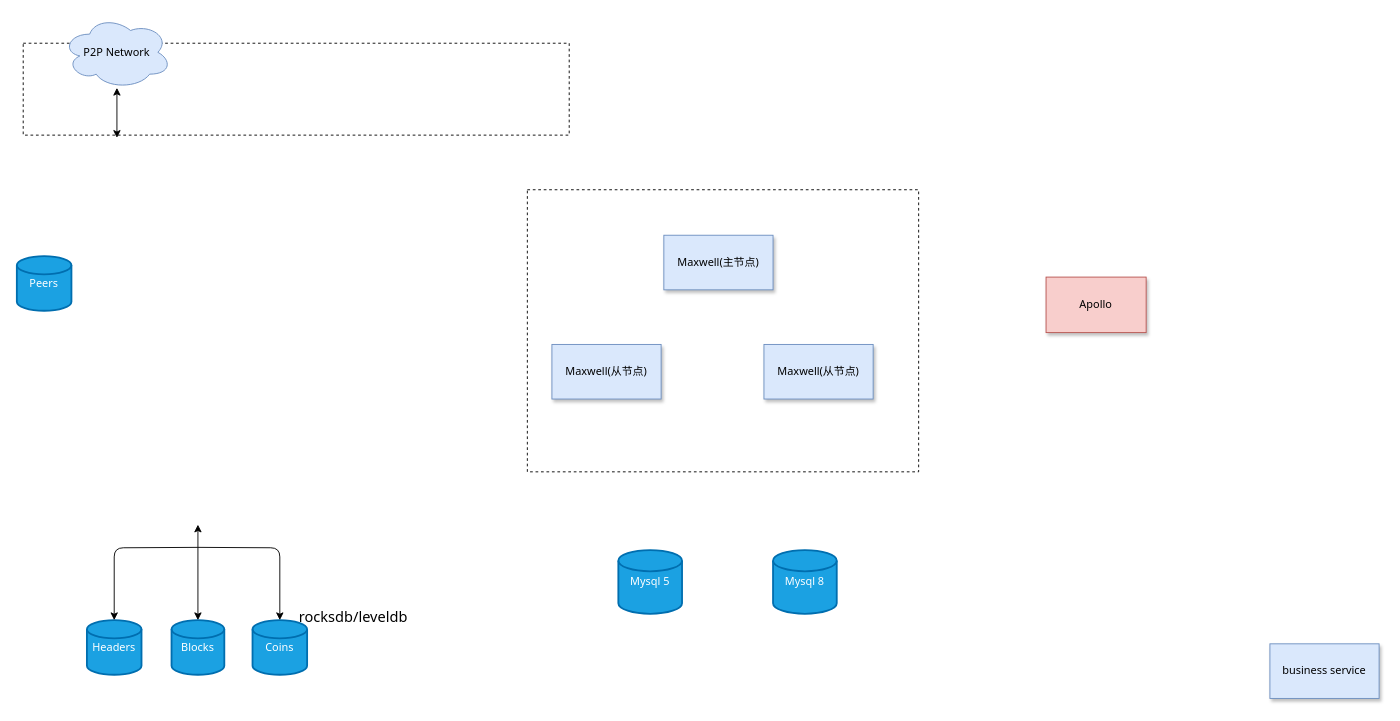
Above: doc/raft-maxwell-mysql升级.drawio in jackjoesh/databend (draw.io), before the change. Source tidied: cells renumbered, new cells numbered last; positions are measured from the earlier drawing's top-left corner, leaving out a move shared by most shapes. Both pictures are drawn from the tidied source at 91%, with x=0, y=0 at pixel (16, 15).
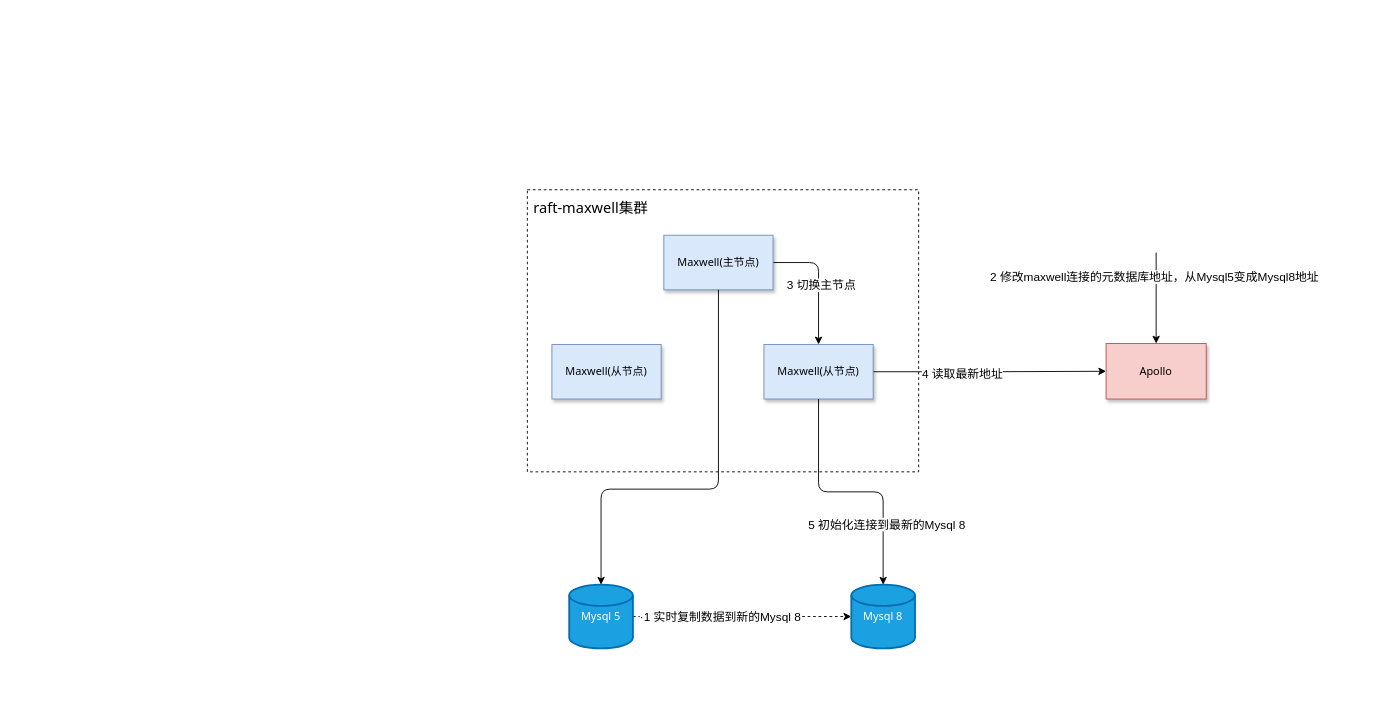
After the change.

Unchanged cells that the change refers to:
```xml
<mxCell id="14" value="Maxwell(主节点)" style="rounded=0;whiteSpace=wrap;html=1;fillColor=#dae8fc;strokeColor=#6c8ebf;shadow=1;fontFamily=Tahoma;" parent="1" vertex="1">
  <mxGeometry x="711" y="241" width="120" height="60" as="geometry" />
</mxCell>
<mxCell id="18" value="Maxwell(从节点)" style="rounded=0;whiteSpace=wrap;html=1;fillColor=#dae8fc;strokeColor=#6c8ebf;shadow=1;fontFamily=Tahoma;" parent="1" vertex="1">
  <mxGeometry x="821" y="361" width="120" height="60" as="geometry" />
</mxCell>
```

Diff of the diagram source:
```diff
@@
-    <mxCell id="2" style="rounded=0;whiteSpace=wrap;html=1;dashed=1;fillColor=none;fontFamily=Tahoma;" parent="1" vertex="1">
-      <mxGeometry x="7" y="30" width="600" height="101" as="geometry" />
-    </mxCell>
+    <mxCell id="21" style="edgeStyle=orthogonalEdgeStyle;rounded=0;jettySize=auto;html=1;exitX=1;exitY=0.5;exitDx=0;exitDy=0;entryX=0;entryY=0.5;entryDx=0;entryDy=0;" parent="1" edge="1" source="18" target="20">
+      <mxGeometry relative="1" as="geometry" />
+    </mxCell>
+    <mxCell id="22" value="4 读取最新地址" style="edgeLabel;html=1;align=center;verticalAlign=middle;fontSize=13;" parent="21" vertex="1">
+      <mxGeometry x="-0.24" y="-1" relative="1" as="geometry" />
+    </mxCell>
@@
-    <mxCell id="4" value="Peers" style="strokeWidth=2;html=1;shape=mxgraph.flowchart.database;whiteSpace=wrap;fillColor=#1ba1e2;fontColor=#ffffff;strokeColor=#006EAF;fontFamily=Tahoma;" parent="1" vertex="1">
-      <mxGeometry y="264" width="60" height="60" as="geometry" />
-    </mxCell>
-    <mxCell id="5" value="Headers" style="strokeWidth=2;html=1;shape=mxgraph.flowchart.database;whiteSpace=wrap;fillColor=#1ba1e2;fontColor=#ffffff;strokeColor=#006EAF;fontFamily=Tahoma;" parent="1" vertex="1">
-      <mxGeometry x="77" y="664" width="60" height="60" as="geometry" />
-    </mxCell>
-    <mxCell id="6" value="Blocks" style="strokeWidth=2;html=1;shape=mxgraph.flowchart.database;whiteSpace=wrap;fillColor=#1ba1e2;fontColor=#ffffff;strokeColor=#006EAF;fontFamily=Tahoma;" parent="1" vertex="1">
-      <mxGeometry x="170" y="664" width="58" height="60" as="geometry" />
-    </mxCell>
-    <mxCell id="7" value="Coins" style="strokeWidth=2;html=1;shape=mxgraph.flowchart.database;whiteSpace=wrap;fillColor=#1ba1e2;fontColor=#ffffff;strokeColor=#006EAF;fontFamily=Tahoma;" parent="1" vertex="1">
-      <mxGeometry x="259" y="664" width="60" height="60" as="geometry" />
-    </mxCell>
-    <mxCell id="8" style="edgeStyle=orthogonalEdgeStyle;rounded=1;jettySize=auto;html=1;exitX=0.5;exitY=1;exitDx=0;exitDy=0;entryX=0.5;entryY=0;entryDx=0;entryDy=0;entryPerimeter=0;curved=0;fontFamily=Tahoma;" parent="1" edge="1" target="5">
-      <mxGeometry relative="1" as="geometry">
-        <mxPoint x="199" y="584" as="sourcePoint" />
-      </mxGeometry>
-    </mxCell>
-    <mxCell id="9" style="edgeStyle=orthogonalEdgeStyle;rounded=1;jettySize=auto;html=1;exitX=0.5;exitY=1;exitDx=0;exitDy=0;entryX=0.5;entryY=0;entryDx=0;entryDy=0;entryPerimeter=0;curved=0;fontFamily=Tahoma;" parent="1" edge="1" target="7">
-      <mxGeometry relative="1" as="geometry">
-        <mxPoint x="199" y="584" as="sourcePoint" />
-      </mxGeometry>
-    </mxCell>
-    <mxCell id="10" style="endArrow=classic;startArrow=classic;html=1;rounded=0;exitX=0.5;exitY=0;exitDx=0;exitDy=0;exitPerimeter=0;entryX=0.5;entryY=1;entryDx=0;entryDy=0;fontFamily=Tahoma;" parent="1" edge="1" source="6">
-      <mxGeometry relative="1" as="geometry">
-        <mxPoint x="199" y="559" as="targetPoint" />
-      </mxGeometry>
-    </mxCell>
-    <mxCell id="11" value="P2P Network" style="ellipse;shape=cloud;whiteSpace=wrap;html=1;fillColor=#dae8fc;strokeColor=#6c8ebf;fontFamily=Tahoma;" parent="1" vertex="1">
-      <mxGeometry x="50" width="120" height="80" as="geometry" />
-    </mxCell>
-    <mxCell id="12" style="endArrow=classic;startArrow=classic;html=1;rounded=0;exitX=0.5;exitY=0;exitDx=0;exitDy=0;entryX=0.5;entryY=0.988;entryDx=0;entryDy=0;entryPerimeter=0;" parent="1" edge="1" target="11">
-      <mxGeometry relative="1" as="geometry">
-        <mxPoint x="110" y="134" as="sourcePoint" />
-      </mxGeometry>
-    </mxCell>
-    <mxCell id="13" value="rocksdb/leveldb" style="text;strokeColor=none;align=center;fillColor=none;html=1;verticalAlign=middle;whiteSpace=wrap;rounded=0;fontFamily=Tahoma;fontSize=16;" parent="1" vertex="1">
-      <mxGeometry x="327" y="640" width="86" height="40" as="geometry" />
-    </mxCell>
+    <mxCell id="23" style="edgeStyle=orthogonalEdgeStyle;rounded=1;jettySize=auto;html=1;exitX=1;exitY=0.5;exitDx=0;exitDy=0;entryX=0.5;entryY=0;entryDx=0;entryDy=0;curved=0;" parent="1" edge="1" source="14" target="18">
+      <mxGeometry relative="1" as="geometry" />
+    </mxCell>
+    <mxCell id="24" value="3 切换主节点" style="edgeLabel;html=1;align=center;verticalAlign=middle;fontSize=13;" parent="23" vertex="1">
+      <mxGeometry x="0.06" y="2" relative="1" as="geometry" />
+    </mxCell>
@@
-    <mxCell id="15" value="business service" style="rounded=0;whiteSpace=wrap;html=1;fillColor=#dae8fc;strokeColor=#6c8ebf;shadow=1;fontFamily=Tahoma;" parent="1" vertex="1">
-      <mxGeometry x="1377" y="690" width="120" height="60" as="geometry" />
-    </mxCell>
+    <mxCell id="25" style="edgeStyle=orthogonalEdgeStyle;rounded=0;jettySize=auto;html=1;exitX=1;exitY=0.5;exitDx=0;exitDy=0;exitPerimeter=0;dashed=1;" parent="1" edge="1" source="16" target="19">
+      <mxGeometry relative="1" as="geometry" />
+    </mxCell>
+    <mxCell id="26" value="·1 实时复制数据到新的Mysql 8" style="edgeLabel;html=1;align=center;verticalAlign=middle;fontSize=13;" parent="25" vertex="1">
+      <mxGeometry x="-0.21" y="1" relative="1" as="geometry" />
+    </mxCell>
     <mxCell id="16" value="Mysql 5" style="strokeWidth=2;html=1;shape=mxgraph.flowchart.database;whiteSpace=wrap;fillColor=#1ba1e2;fontColor=#ffffff;strokeColor=#006EAF;fontFamily=Tahoma;" parent="1" vertex="1">
-      <mxGeometry x="661" y="587" width="70" height="70" as="geometry" />
+      <mxGeometry x="607" y="625" width="70" height="70" as="geometry" />
     </mxCell>
@@
     <mxCell id="19" value="Mysql 8" style="strokeWidth=2;html=1;shape=mxgraph.flowchart.database;whiteSpace=wrap;fillColor=#1ba1e2;fontColor=#ffffff;strokeColor=#006EAF;fontFamily=Tahoma;" parent="1" vertex="1">
-      <mxGeometry x="831" y="587" width="70" height="70" as="geometry" />
+      <mxGeometry x="917" y="625" width="70" height="70" as="geometry" />
     </mxCell>
     <mxCell id="20" value="Apollo" style="rounded=0;whiteSpace=wrap;html=1;fillColor=#f8cecc;strokeColor=#b85450;shadow=1;fontFamily=Tahoma;" parent="1" vertex="1">
-      <mxGeometry x="1131" y="287" width="110" height="61" as="geometry" />
+      <mxGeometry x="1197" y="360" width="110" height="61" as="geometry" />
     </mxCell>
+    <mxCell id="27" style="edgeStyle=orthogonalEdgeStyle;rounded=1;jettySize=auto;html=1;exitX=0.5;exitY=1;exitDx=0;exitDy=0;entryX=0.5;entryY=0;entryDx=0;entryDy=0;entryPerimeter=0;curved=0;" parent="1" edge="1" source="14" target="16">
+      <mxGeometry relative="1" as="geometry">
+        <Array as="points">
+          <mxPoint x="771" y="520" />
+          <mxPoint x="642" y="520" />
+        </Array>
+      </mxGeometry>
+    </mxCell>
+    <mxCell id="28" style="endArrow=classic;html=1;rounded=0;entryX=0.5;entryY=0;entryDx=0;entryDy=0;" parent="1" edge="1" target="20">
+      <mxGeometry relative="1" as="geometry">
+        <mxPoint x="1252" y="260" as="sourcePoint" />
+      </mxGeometry>
+    </mxCell>
+    <mxCell id="29" value="2 修改maxwell连接的元数据库地址，从Mysql5变成Mysql8地址" style="edgeLabel;html=1;align=center;verticalAlign=middle;fontSize=13;" parent="28" vertex="1">
+      <mxGeometry x="-0.49" y="-3" relative="1" as="geometry" />
+    </mxCell>
+    <mxCell id="30" style="edgeStyle=orthogonalEdgeStyle;rounded=1;jettySize=auto;html=1;exitX=0.5;exitY=1;exitDx=0;exitDy=0;entryX=0.5;entryY=0;entryDx=0;entryDy=0;entryPerimeter=0;curved=0;" parent="1" edge="1" source="18" target="19">
+      <mxGeometry relative="1" as="geometry" />
+    </mxCell>
+    <mxCell id="31" value="&lt;span style=&quot;font-size: 13px;&quot;&gt;5 初始化连接到最新的Mysql 8&lt;/span&gt;" style="edgeLabel;html=1;align=center;verticalAlign=middle;" parent="30" vertex="1">
+      <mxGeometry x="0.51" y="3" relative="1" as="geometry" />
+    </mxCell>
+    <mxCell id="32" value="raft-maxwell集群" style="text;strokeColor=none;align=center;fillColor=none;html=1;verticalAlign=middle;whiteSpace=wrap;rounded=0;fontFamily=Tahoma;fontSize=16;" parent="1" vertex="1">
+      <mxGeometry x="561" y="191" width="140" height="39" as="geometry" />
+    </mxCell>
```
